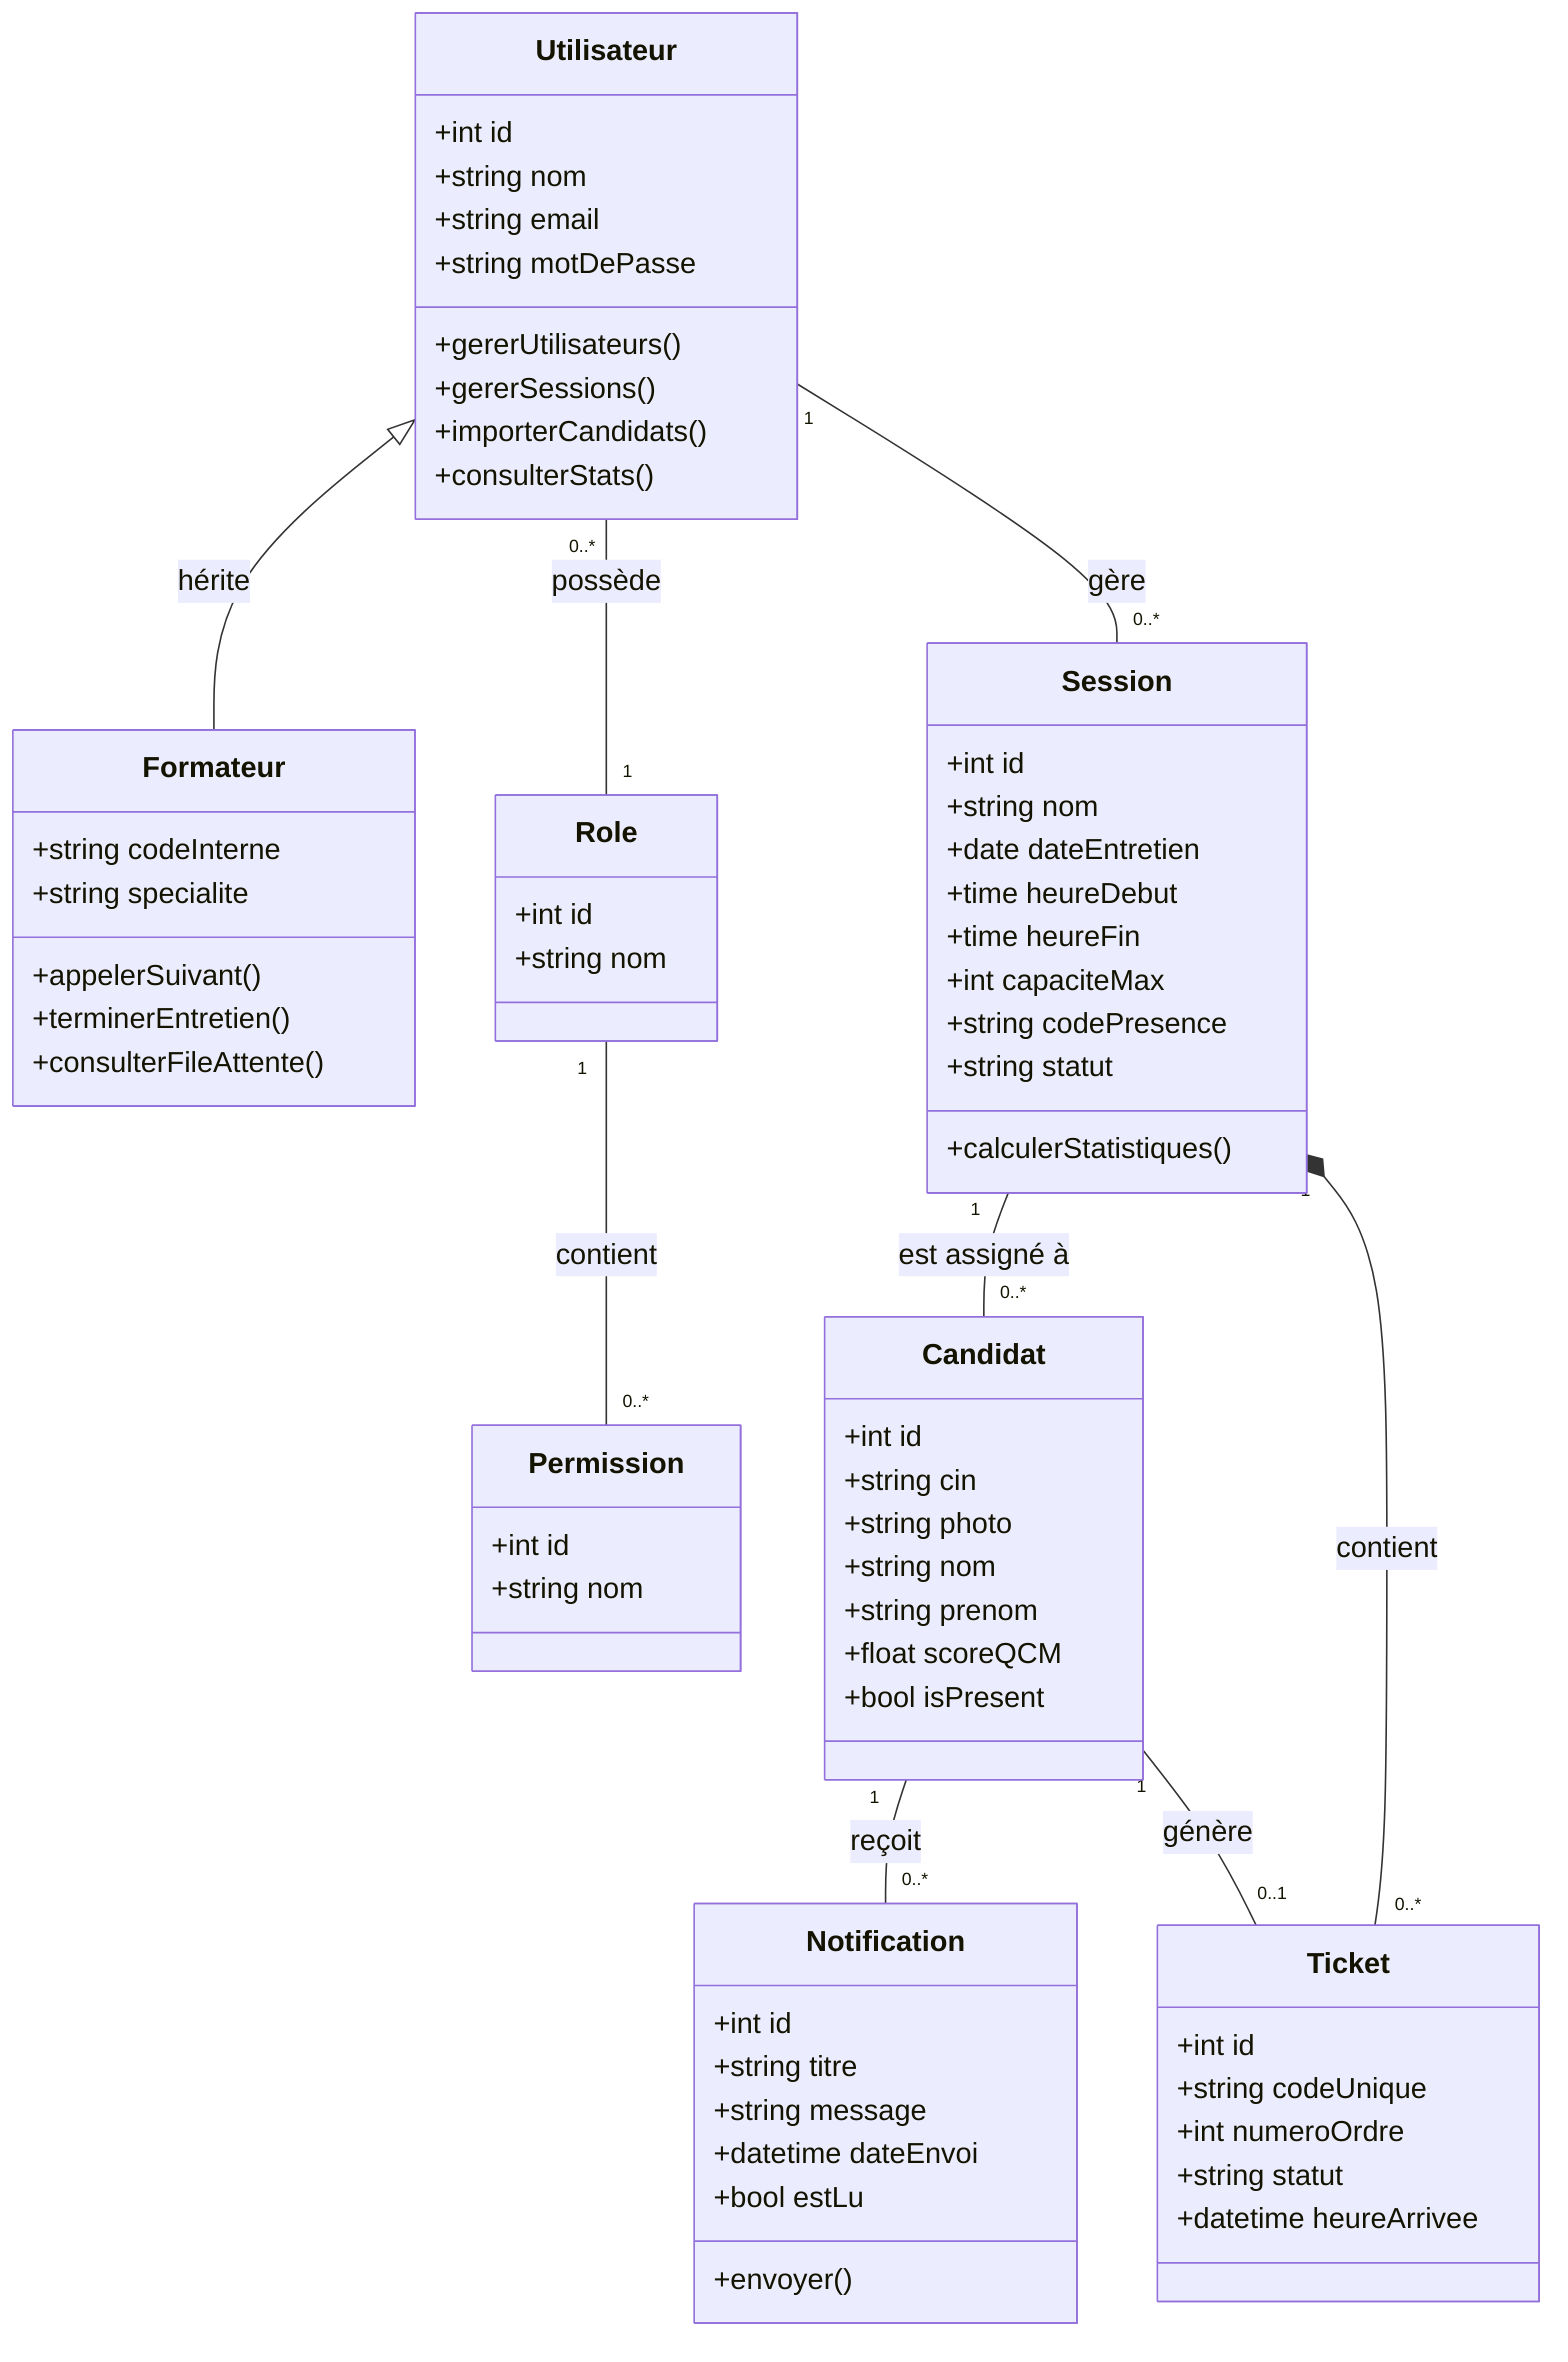
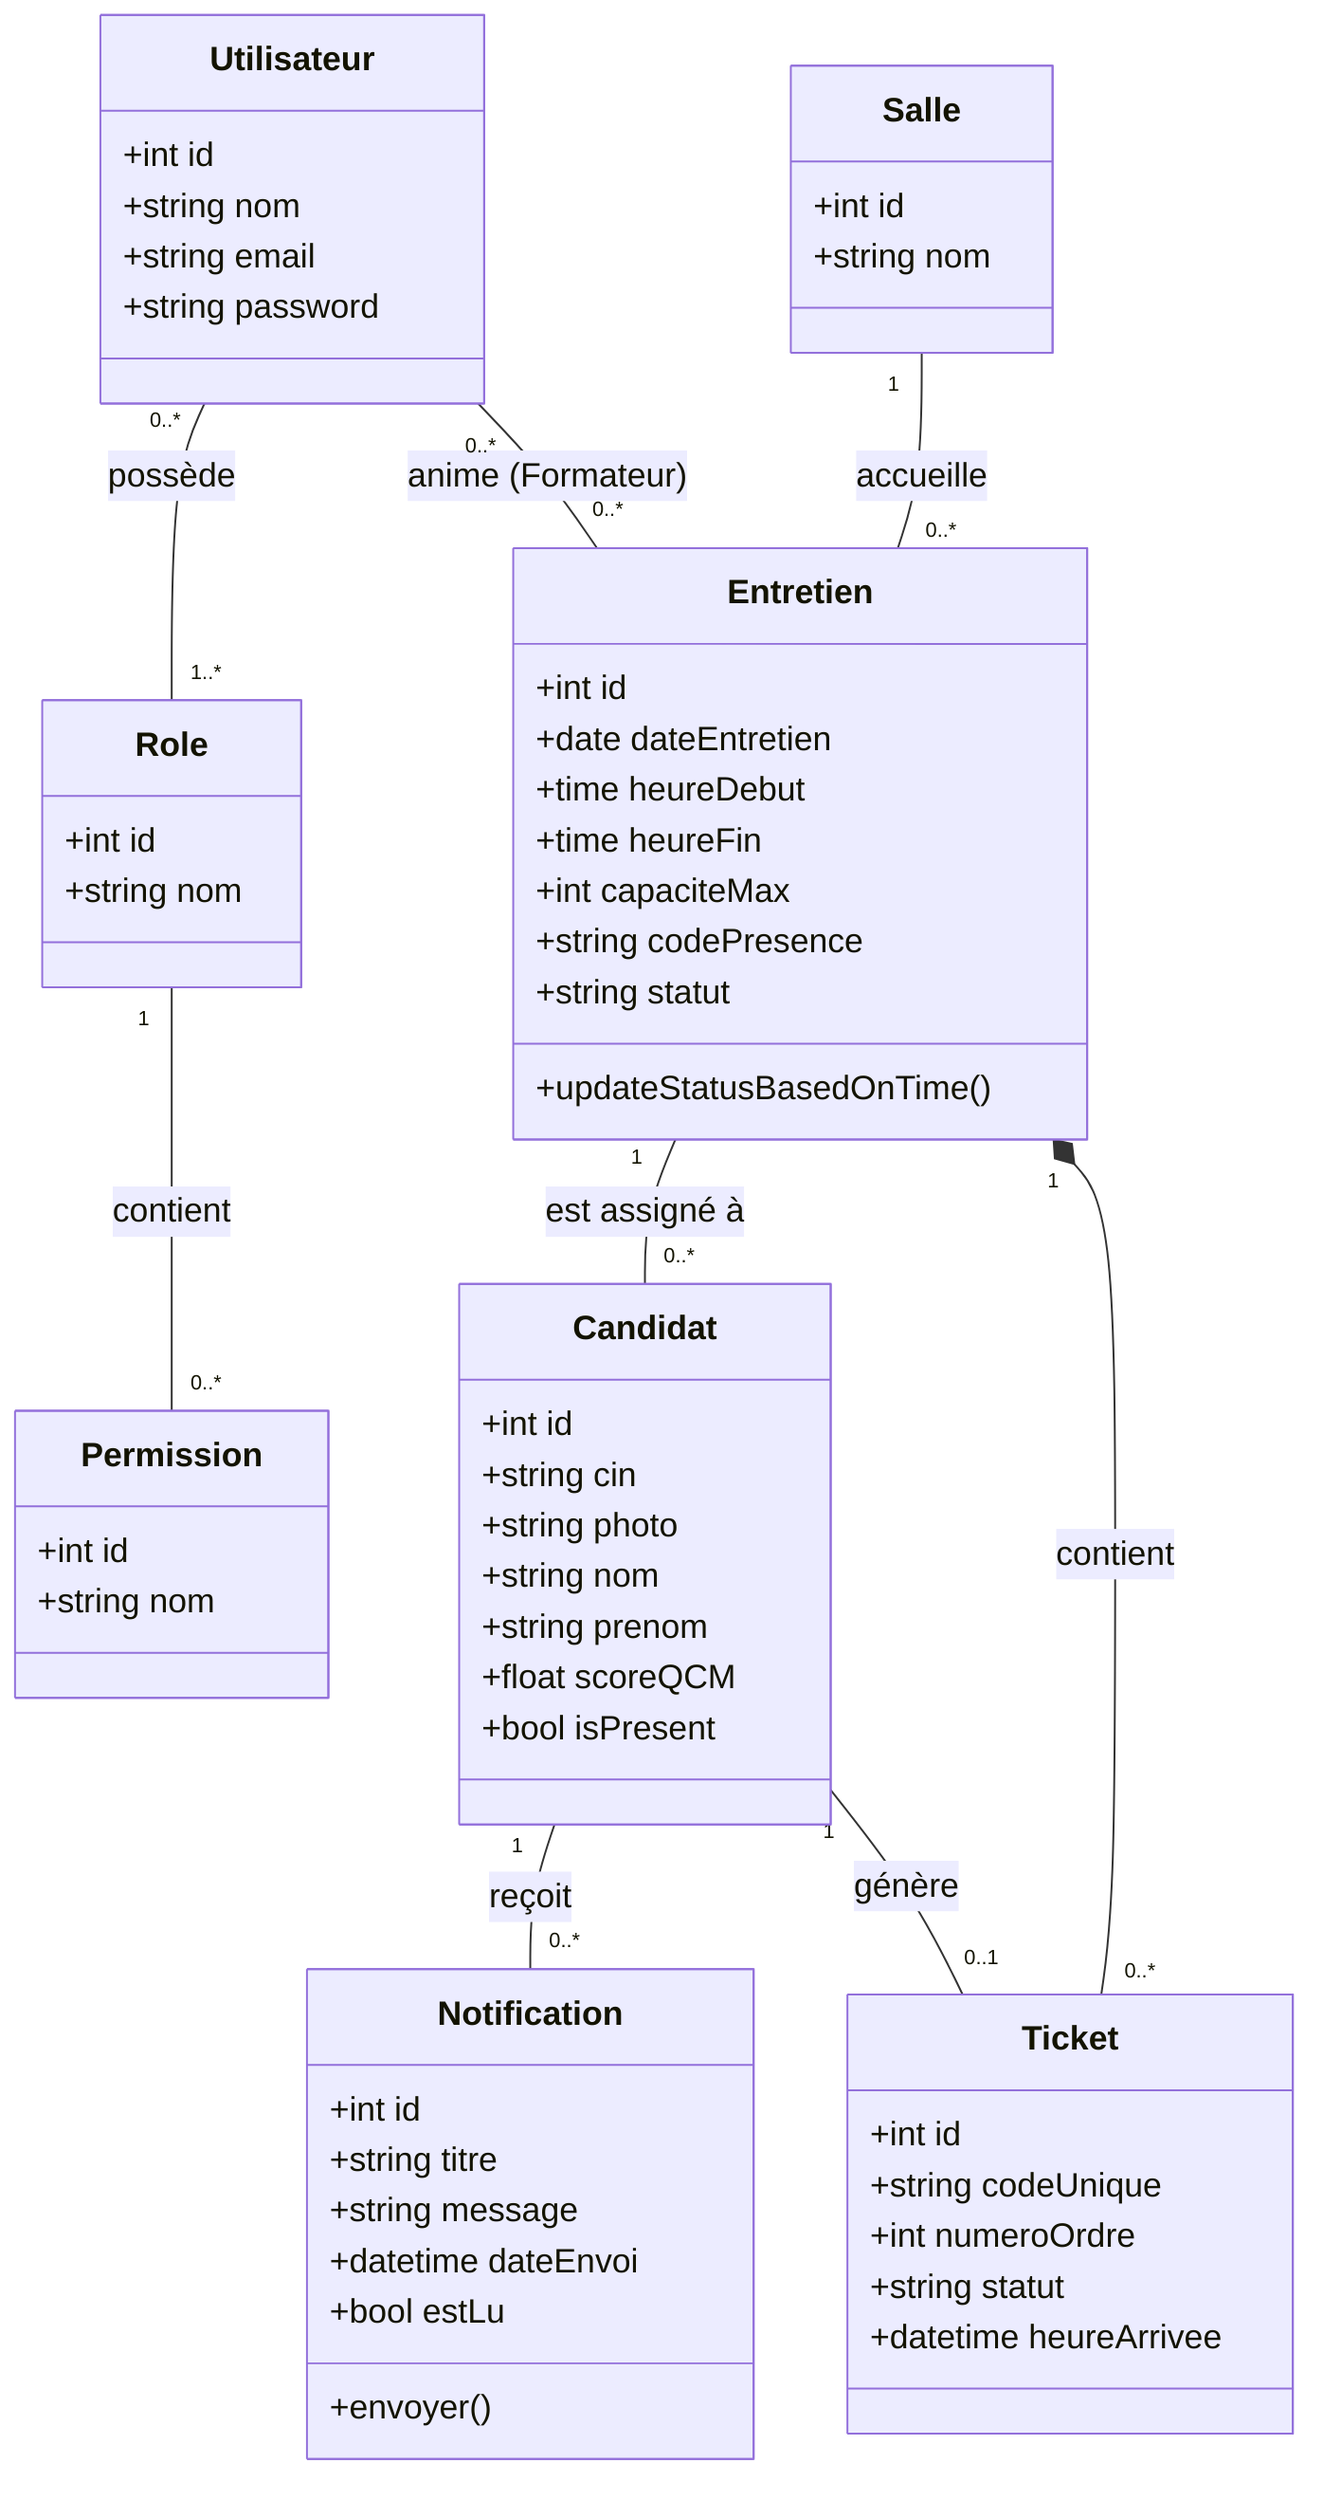
%%{init: { 'theme': 'default', 'themeVariables': { 'fontSize': '18px', 'fontFamily': 'Arial' }}}%%
classDiagram
-     %% Classe Parent (Regroupe les utilisateurs)
+     %% Utilisateur et Rôles (Spatie Permission)
    class Utilisateur {
        +int id
        +string nom
        +string email
-         +string motDePasse
-         +gererUtilisateurs()
-         +gererSessions()
-         +importerCandidats()
-         +consulterStats()
+         +string password
    }

-     %% Héritage : Seul le Formateur a des attributs/méthodes métiers spécifiques différents
-     class Formateur {
-         +string codeInterne
-         +string specialite
-         +appelerSuivant()
-         +terminerEntretien()
-         +consulterFileAttente()
-     }
- 
-     Utilisateur <|-- Formateur : hérite
- 
-     %% Gestion des Droits et Rôles (L'Admin sera une instance dans la table Role)
    class Role {
        +int id
        +string nom
    }

    class Permission {
        +int id
        +string nom
    }

    %% Entités Métier
-     class Session {
+     class Entretien {
        +int id
-         +string nom
        +date dateEntretien
        +time heureDebut
        +time heureFin
        +int capaciteMax
        +string codePresence
        +string statut
-         +calculerStatistiques()
+         +updateStatusBasedOnTime()
+     }
+ 
+     class Salle {
+         +int id
+         +string nom
    }

    class Candidat {
        +int id
        +string cin
        +string photo
        +string nom
        +string prenom
        +float scoreQCM
        +bool isPresent
    }

    class Ticket {
        +int id
        +string codeUnique
        +int numeroOrdre
        +string statut
        +datetime heureArrivee
    }

    class Notification {
        +int id
        +string titre
        +string message
        +datetime dateEnvoi
        +bool estLu
        +envoyer()
    }

    %% Relations
-     Utilisateur "0..*" -- "1" Role : possède
+     Utilisateur "0..*" -- "1..*" Role : possède
    Role "1" -- "0..*" Permission : contient
-     Utilisateur "1" -- "0..*" Session : gère
+ 
+     %% Pivot entretien_formateur_salle
+     Utilisateur "0..*" -- "0..*" Entretien : anime (Formateur)
+     Salle "1" -- "0..*" Entretien : accueille

    %% Le Candidat reçoit des notifications
    Candidat "1" -- "0..*" Notification : reçoit

-     Session "1" -- "0..*" Candidat : est assigné à
+     Entretien "1" -- "0..*" Candidat : est assigné à
    Candidat "1" -- "0..1" Ticket : génère
-     Session "1" *-- "0..*" Ticket : contient+     Entretien "1" *-- "0..*" Ticket : contient